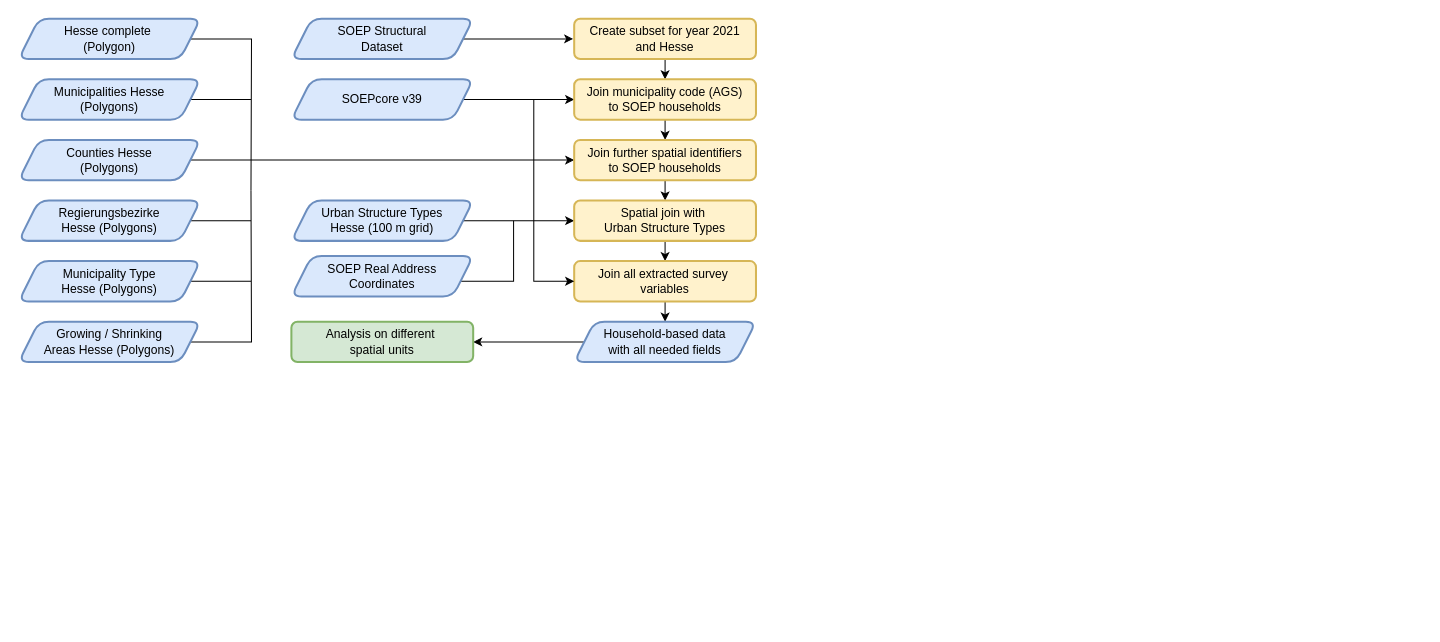
The draw.io diagram sora/ilus_soep_flowchart_001.drawio in traveller195/draw_io, before the edit. Source tidied: cells renumbered, new cells numbered last; positions are measured from the earlier drawing's top-left corner, leaving out a move shared by most shapes. Both pictures are drawn from the tidied source at 101%, with x=0, y=0 at pixel (18, 18).
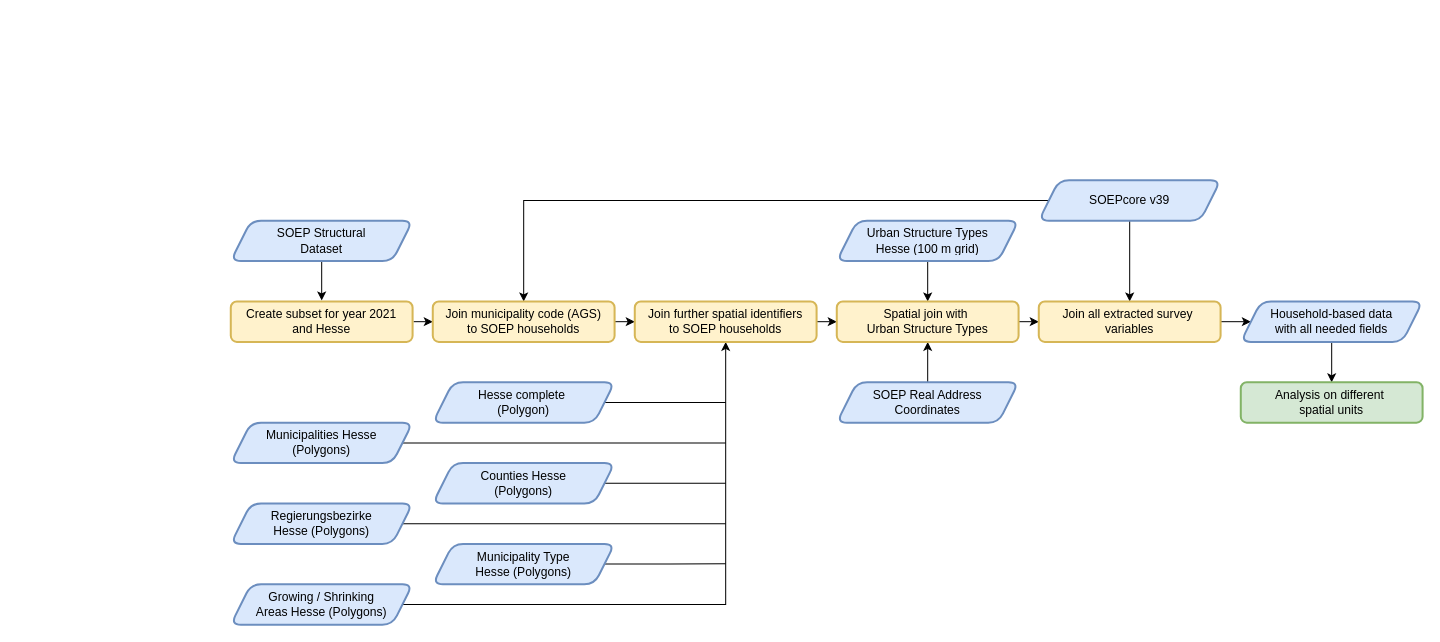
After the change.

The edit, as a diff of the source:
```diff
@@
-    <mxCell id="2" style="edgeStyle=orthogonalEdgeStyle;rounded=0;jettySize=auto;html=1;exitX=1;exitY=0.5;exitDx=0;exitDy=0;entryX=0;entryY=0.5;entryDx=0;entryDy=0;" parent="1" edge="1" source="3" target="23">
+    <mxCell id="2" style="edgeStyle=orthogonalEdgeStyle;rounded=0;jettySize=auto;html=1;exitX=0.5;exitY=1;exitDx=0;exitDy=0;entryX=0.5;entryY=0;entryDx=0;entryDy=0;" parent="1" edge="1" source="3" target="23">
       <mxGeometry relative="1" as="geometry" />
     </mxCell>
     <mxCell id="3" value="SOEP Structural&lt;br&gt;Dataset" style="shape=parallelogram;perimeter=parallelogramPerimeter;whiteSpace=wrap;html=1;fixedSize=1;rounded=1;strokeWidth=2;fillColor=#dae8fc;strokeColor=#6c8ebf;" parent="1" vertex="1">
-      <mxGeometry x="270" width="180" height="40" as="geometry" />
+      <mxGeometry x="210" y="200" width="180" height="40" as="geometry" />
     </mxCell>
+    <mxCell id="36" style="edgeStyle=orthogonalEdgeStyle;rounded=0;jettySize=auto;html=1;exitX=0.5;exitY=1;exitDx=0;exitDy=0;entryX=0.5;entryY=0;entryDx=0;entryDy=0;" parent="1" edge="1" source="5" target="31">
+      <mxGeometry relative="1" as="geometry" />
+    </mxCell>
-    <mxCell id="4" style="edgeStyle=orthogonalEdgeStyle;rounded=0;jettySize=auto;html=1;exitX=1;exitY=0.5;exitDx=0;exitDy=0;entryX=0;entryY=0.5;entryDx=0;entryDy=0;" parent="1" edge="1" source="5" target="25">
-      <mxGeometry relative="1" as="geometry" />
+    <mxCell id="4" style="edgeStyle=orthogonalEdgeStyle;rounded=0;jettySize=auto;html=1;entryX=0.5;entryY=0;entryDx=0;entryDy=0;" parent="1" edge="1" source="5" target="25">
+      <mxGeometry relative="1" as="geometry">
+        <Array as="points">
+          <mxPoint x="500" y="180" />
+        </Array>
+      </mxGeometry>
     </mxCell>
     <mxCell id="5" value="SOEPcore v39" style="shape=parallelogram;perimeter=parallelogramPerimeter;whiteSpace=wrap;html=1;fixedSize=1;rounded=1;strokeWidth=2;fillColor=#dae8fc;strokeColor=#6c8ebf;" parent="1" vertex="1">
-      <mxGeometry x="270" y="60" width="180" height="40" as="geometry" />
+      <mxGeometry x="1010" y="160" width="180" height="40" as="geometry" />
     </mxCell>
-    <mxCell id="6" style="edgeStyle=orthogonalEdgeStyle;rounded=0;jettySize=auto;html=1;endArrow=none;endFill=0;" parent="1" edge="1" source="7">
-      <mxGeometry relative="1" as="geometry">
-        <mxPoint x="490" y="200" as="targetPoint" />
-        <Array as="points">
-          <mxPoint x="490" y="260" />
-        </Array>
-      </mxGeometry>
-    </mxCell>
+    <mxCell id="37" style="edgeStyle=orthogonalEdgeStyle;rounded=0;jettySize=auto;html=1;exitX=0.5;exitY=0;exitDx=0;exitDy=0;entryX=0.5;entryY=1;entryDx=0;entryDy=0;" parent="1" edge="1" source="7" target="29">
+      <mxGeometry relative="1" as="geometry" />
+    </mxCell>
     <mxCell id="7" value="SOEP Real Address&lt;br&gt;Coordinates" style="shape=parallelogram;perimeter=parallelogramPerimeter;whiteSpace=wrap;html=1;fixedSize=1;rounded=1;strokeWidth=2;fillColor=#dae8fc;strokeColor=#6c8ebf;" parent="1" vertex="1">
-      <mxGeometry x="270" y="235" width="180" height="40" as="geometry" />
+      <mxGeometry x="810" y="360" width="180" height="40" as="geometry" />
     </mxCell>
-    <mxCell id="8" style="edgeStyle=orthogonalEdgeStyle;rounded=0;jettySize=auto;html=1;exitX=1;exitY=0.5;exitDx=0;exitDy=0;endArrow=none;endFill=0;" parent="1" edge="1" source="9">
-      <mxGeometry relative="1" as="geometry">
-        <mxPoint x="230" y="170" as="targetPoint" />
-      </mxGeometry>
-    </mxCell>
+    <mxCell id="38" style="edgeStyle=orthogonalEdgeStyle;rounded=0;jettySize=auto;html=1;exitX=1;exitY=0.5;exitDx=0;exitDy=0;endArrow=none;endFill=0;" parent="1" edge="1" source="9">
+      <mxGeometry relative="1" as="geometry">
+        <mxPoint x="700" y="380" as="targetPoint" />
+      </mxGeometry>
+    </mxCell>
     <mxCell id="9" value="Hesse complete&amp;nbsp;&lt;br&gt;(Polygon)" style="shape=parallelogram;perimeter=parallelogramPerimeter;whiteSpace=wrap;html=1;fixedSize=1;rounded=1;strokeWidth=2;fillColor=#dae8fc;strokeColor=#6c8ebf;" parent="1" vertex="1">
-      <mxGeometry width="180" height="40" as="geometry" />
+      <mxGeometry x="410" y="360" width="180" height="40" as="geometry" />
     </mxCell>
-    <mxCell id="10" style="edgeStyle=orthogonalEdgeStyle;rounded=0;jettySize=auto;html=1;exitX=1;exitY=0.5;exitDx=0;exitDy=0;endArrow=none;endFill=0;" parent="1" edge="1" source="11">
-      <mxGeometry relative="1" as="geometry">
-        <mxPoint x="230" y="80" as="targetPoint" />
-      </mxGeometry>
-    </mxCell>
+    <mxCell id="39" style="edgeStyle=orthogonalEdgeStyle;rounded=0;jettySize=auto;html=1;exitX=1;exitY=0.5;exitDx=0;exitDy=0;endArrow=none;endFill=0;" parent="1" edge="1" source="11">
+      <mxGeometry relative="1" as="geometry">
+        <mxPoint x="700" y="420" as="targetPoint" />
+      </mxGeometry>
+    </mxCell>
     <mxCell id="11" value="Municipalities Hesse&lt;br&gt;(Polygons)" style="shape=parallelogram;perimeter=parallelogramPerimeter;whiteSpace=wrap;html=1;fixedSize=1;rounded=1;strokeWidth=2;fillColor=#dae8fc;strokeColor=#6c8ebf;" parent="1" vertex="1">
-      <mxGeometry y="60" width="180" height="40" as="geometry" />
+      <mxGeometry x="210" y="400" width="180" height="40" as="geometry" />
     </mxCell>
-    <mxCell id="12" style="edgeStyle=orthogonalEdgeStyle;rounded=0;jettySize=auto;html=1;exitX=1;exitY=0.5;exitDx=0;exitDy=0;endArrow=classic;endFill=1;entryX=0;entryY=0.5;entryDx=0;entryDy=0;" parent="1" edge="1" source="13" target="27">
-      <mxGeometry relative="1" as="geometry" />
-    </mxCell>
+    <mxCell id="40" style="edgeStyle=orthogonalEdgeStyle;rounded=0;jettySize=auto;html=1;exitX=1;exitY=0.5;exitDx=0;exitDy=0;endArrow=none;endFill=0;" parent="1" edge="1" source="13">
+      <mxGeometry relative="1" as="geometry">
+        <mxPoint x="700" y="460" as="targetPoint" />
+      </mxGeometry>
+    </mxCell>
     <mxCell id="13" value="Counties Hesse&lt;br&gt;(Polygons)" style="shape=parallelogram;perimeter=parallelogramPerimeter;whiteSpace=wrap;html=1;fixedSize=1;rounded=1;strokeWidth=2;fillColor=#dae8fc;strokeColor=#6c8ebf;" parent="1" vertex="1">
-      <mxGeometry y="120" width="180" height="40" as="geometry" />
+      <mxGeometry x="410" y="440" width="180" height="40" as="geometry" />
     </mxCell>
-    <mxCell id="14" style="edgeStyle=orthogonalEdgeStyle;rounded=0;jettySize=auto;html=1;exitX=1;exitY=0.5;exitDx=0;exitDy=0;endArrow=none;endFill=0;" parent="1" edge="1" source="15">
-      <mxGeometry relative="1" as="geometry">
-        <mxPoint x="230" y="200" as="targetPoint" />
-      </mxGeometry>
-    </mxCell>
+    <mxCell id="41" style="edgeStyle=orthogonalEdgeStyle;rounded=0;jettySize=auto;html=1;exitX=1;exitY=0.5;exitDx=0;exitDy=0;endArrow=none;endFill=0;" parent="1" edge="1" source="15">
+      <mxGeometry relative="1" as="geometry">
+        <mxPoint x="700" y="500" as="targetPoint" />
+      </mxGeometry>
+    </mxCell>
     <mxCell id="15" value="Regierungsbezirke&lt;br&gt;Hesse (Polygons)" style="shape=parallelogram;perimeter=parallelogramPerimeter;whiteSpace=wrap;html=1;fixedSize=1;rounded=1;strokeWidth=2;fillColor=#dae8fc;strokeColor=#6c8ebf;" parent="1" vertex="1">
-      <mxGeometry y="180" width="180" height="40" as="geometry" />
+      <mxGeometry x="210" y="480" width="180" height="40" as="geometry" />
     </mxCell>
-    <mxCell id="16" style="edgeStyle=orthogonalEdgeStyle;rounded=0;jettySize=auto;html=1;exitX=1;exitY=0.5;exitDx=0;exitDy=0;endArrow=none;endFill=0;" parent="1" edge="1" source="17">
-      <mxGeometry relative="1" as="geometry">
-        <mxPoint x="230" y="260" as="targetPoint" />
-      </mxGeometry>
-    </mxCell>
+    <mxCell id="42" style="edgeStyle=orthogonalEdgeStyle;rounded=0;jettySize=auto;html=1;exitX=1;exitY=0.5;exitDx=0;exitDy=0;endArrow=none;endFill=0;" parent="1" edge="1" source="17">
+      <mxGeometry relative="1" as="geometry">
+        <mxPoint x="700" y="539.7" as="targetPoint" />
+      </mxGeometry>
+    </mxCell>
     <mxCell id="17" value="Municipality Type&lt;br&gt;Hesse (Polygons)" style="shape=parallelogram;perimeter=parallelogramPerimeter;whiteSpace=wrap;html=1;fixedSize=1;rounded=1;strokeWidth=2;fillColor=#dae8fc;strokeColor=#6c8ebf;" parent="1" vertex="1">
-      <mxGeometry y="240" width="180" height="40" as="geometry" />
+      <mxGeometry x="410" y="520" width="180" height="40" as="geometry" />
     </mxCell>
-    <mxCell id="18" style="edgeStyle=orthogonalEdgeStyle;rounded=0;jettySize=auto;html=1;exitX=1;exitY=0.5;exitDx=0;exitDy=0;endArrow=none;endFill=0;" parent="1" edge="1" source="19">
-      <mxGeometry relative="1" as="geometry">
-        <mxPoint x="230" y="170" as="targetPoint" />
-      </mxGeometry>
-    </mxCell>
+    <mxCell id="43" style="edgeStyle=orthogonalEdgeStyle;rounded=0;jettySize=auto;html=1;exitX=1;exitY=0.5;exitDx=0;exitDy=0;entryX=0.5;entryY=1;entryDx=0;entryDy=0;" parent="1" edge="1" source="19" target="27">
+      <mxGeometry relative="1" as="geometry" />
+    </mxCell>
     <mxCell id="19" value="Growing / Shrinking&lt;br&gt;Areas Hesse (Polygons)" style="shape=parallelogram;perimeter=parallelogramPerimeter;whiteSpace=wrap;html=1;fixedSize=1;rounded=1;strokeWidth=2;fillColor=#dae8fc;strokeColor=#6c8ebf;" parent="1" vertex="1">
-      <mxGeometry y="300" width="180" height="40" as="geometry" />
+      <mxGeometry x="210" y="560" width="180" height="40" as="geometry" />
     </mxCell>
-    <mxCell id="20" style="edgeStyle=orthogonalEdgeStyle;rounded=0;jettySize=auto;html=1;exitX=1;exitY=0.5;exitDx=0;exitDy=0;entryX=0;entryY=0.5;entryDx=0;entryDy=0;" parent="1" edge="1" source="21" target="29">
+    <mxCell id="20" style="edgeStyle=orthogonalEdgeStyle;rounded=0;jettySize=auto;html=1;exitX=0.5;exitY=1;exitDx=0;exitDy=0;entryX=0.5;entryY=0;entryDx=0;entryDy=0;" parent="1" edge="1" source="21" target="29">
       <mxGeometry relative="1" as="geometry" />
     </mxCell>
     <mxCell id="21" value="Urban Structure Types&lt;br&gt;Hesse (100 m grid)" style="shape=parallelogram;perimeter=parallelogramPerimeter;whiteSpace=wrap;html=1;fixedSize=1;rounded=1;strokeWidth=2;fillColor=#dae8fc;strokeColor=#6c8ebf;" parent="1" vertex="1">
-      <mxGeometry x="270" y="180" width="180" height="40" as="geometry" />
+      <mxGeometry x="810" y="200" width="180" height="40" as="geometry" />
     </mxCell>
-    <mxCell id="22" style="edgeStyle=orthogonalEdgeStyle;rounded=0;jettySize=auto;html=1;exitX=0.5;exitY=1;exitDx=0;exitDy=0;entryX=0.5;entryY=0;entryDx=0;entryDy=0;" parent="1" edge="1" source="23" target="25">
+    <mxCell id="22" style="edgeStyle=orthogonalEdgeStyle;rounded=0;jettySize=auto;html=1;exitX=1;exitY=0.5;exitDx=0;exitDy=0;entryX=0;entryY=0.5;entryDx=0;entryDy=0;" parent="1" edge="1" source="23" target="25">
       <mxGeometry relative="1" as="geometry" />
     </mxCell>
     <mxCell id="23" value="Create subset for year 2021&lt;br&gt;and Hesse" style="rounded=1;whiteSpace=wrap;html=1;perimeterSpacing=1;strokeWidth=2;fillColor=#fff2cc;strokeColor=#d6b656;" parent="1" vertex="1">
-      <mxGeometry x="550" width="180" height="40" as="geometry" />
+      <mxGeometry x="210" y="280" width="180" height="40" as="geometry" />
     </mxCell>
-    <mxCell id="24" style="edgeStyle=orthogonalEdgeStyle;rounded=0;jettySize=auto;html=1;exitX=0.5;exitY=1;exitDx=0;exitDy=0;entryX=0.5;entryY=0;entryDx=0;entryDy=0;" parent="1" edge="1" source="25" target="27">
+    <mxCell id="24" style="edgeStyle=orthogonalEdgeStyle;rounded=0;jettySize=auto;html=1;exitX=1;exitY=0.5;exitDx=0;exitDy=0;entryX=0;entryY=0.5;entryDx=0;entryDy=0;" parent="1" edge="1" source="25" target="27">
       <mxGeometry relative="1" as="geometry" />
     </mxCell>
     <mxCell id="25" value="Join municipality code (AGS)&lt;br&gt;to SOEP households" style="rounded=1;whiteSpace=wrap;html=1;strokeWidth=2;fillColor=#fff2cc;strokeColor=#d6b656;" parent="1" vertex="1">
-      <mxGeometry x="550" y="60" width="180" height="40" as="geometry" />
+      <mxGeometry x="410" y="280" width="180" height="40" as="geometry" />
     </mxCell>
-    <mxCell id="26" style="edgeStyle=orthogonalEdgeStyle;rounded=0;jettySize=auto;html=1;exitX=0.5;exitY=1;exitDx=0;exitDy=0;entryX=0.5;entryY=0;entryDx=0;entryDy=0;" parent="1" edge="1" source="27" target="29">
+    <mxCell id="26" style="edgeStyle=orthogonalEdgeStyle;rounded=0;jettySize=auto;html=1;exitX=1;exitY=0.5;exitDx=0;exitDy=0;entryX=0;entryY=0.5;entryDx=0;entryDy=0;" parent="1" edge="1" source="27" target="29">
       <mxGeometry relative="1" as="geometry" />
     </mxCell>
     <mxCell id="27" value="Join further spatial identifiers&lt;br&gt;to SOEP households" style="rounded=1;whiteSpace=wrap;html=1;strokeWidth=2;fillColor=#fff2cc;strokeColor=#d6b656;" parent="1" vertex="1">
-      <mxGeometry x="550" y="120" width="180" height="40" as="geometry" />
+      <mxGeometry x="610" y="280" width="180" height="40" as="geometry" />
     </mxCell>
-    <mxCell id="28" style="edgeStyle=orthogonalEdgeStyle;rounded=0;jettySize=auto;html=1;exitX=0.5;exitY=1;exitDx=0;exitDy=0;entryX=0.5;entryY=0;entryDx=0;entryDy=0;" parent="1" edge="1" source="29" target="31">
+    <mxCell id="28" style="edgeStyle=orthogonalEdgeStyle;rounded=0;jettySize=auto;html=1;exitX=1;exitY=0.5;exitDx=0;exitDy=0;entryX=0;entryY=0.5;entryDx=0;entryDy=0;" parent="1" edge="1" source="29" target="31">
       <mxGeometry relative="1" as="geometry" />
     </mxCell>
     <mxCell id="29" value="Spatial join with&amp;nbsp;&lt;br&gt;Urban Structure Types" style="rounded=1;whiteSpace=wrap;html=1;strokeWidth=2;fillColor=#fff2cc;strokeColor=#d6b656;" parent="1" vertex="1">
-      <mxGeometry x="550" y="180" width="180" height="40" as="geometry" />
+      <mxGeometry x="810" y="280" width="180" height="40" as="geometry" />
     </mxCell>
-    <mxCell id="30" style="edgeStyle=orthogonalEdgeStyle;rounded=0;jettySize=auto;html=1;exitX=0.5;exitY=1;exitDx=0;exitDy=0;entryX=0.5;entryY=0;entryDx=0;entryDy=0;" parent="1" edge="1" source="31" target="33">
+    <mxCell id="30" style="edgeStyle=orthogonalEdgeStyle;rounded=0;jettySize=auto;html=1;exitX=1;exitY=0.5;exitDx=0;exitDy=0;entryX=0;entryY=0.5;entryDx=0;entryDy=0;" parent="1" edge="1" source="31" target="33">
       <mxGeometry relative="1" as="geometry" />
     </mxCell>
     <mxCell id="31" value="Join all extracted survey&amp;nbsp;&lt;br&gt;variables" style="rounded=1;whiteSpace=wrap;html=1;strokeWidth=2;fillColor=#fff2cc;strokeColor=#d6b656;" parent="1" vertex="1">
-      <mxGeometry x="550" y="240" width="180" height="40" as="geometry" />
+      <mxGeometry x="1010" y="280" width="180" height="40" as="geometry" />
     </mxCell>
-    <mxCell id="32" style="edgeStyle=orthogonalEdgeStyle;rounded=0;jettySize=auto;html=1;exitX=0;exitY=0.5;exitDx=0;exitDy=0;entryX=1;entryY=0.5;entryDx=0;entryDy=0;" parent="1" edge="1" source="33" target="34">
+    <mxCell id="32" style="edgeStyle=orthogonalEdgeStyle;rounded=0;jettySize=auto;html=1;exitX=0.5;exitY=1;exitDx=0;exitDy=0;entryX=0.5;entryY=0;entryDx=0;entryDy=0;" parent="1" edge="1" source="33" target="34">
       <mxGeometry relative="1" as="geometry" />
     </mxCell>
     <mxCell id="33" value="Household-based data&lt;br&gt;with all needed fields" style="shape=parallelogram;perimeter=parallelogramPerimeter;whiteSpace=wrap;html=1;fixedSize=1;rounded=1;strokeWidth=2;fillColor=#dae8fc;strokeColor=#6c8ebf;" parent="1" vertex="1">
-      <mxGeometry x="550" y="300" width="180" height="40" as="geometry" />
+      <mxGeometry x="1210" y="280" width="180" height="40" as="geometry" />
     </mxCell>
     <mxCell id="34" value="Analysis on different&amp;nbsp;&lt;br&gt;spatial units" style="rounded=1;whiteSpace=wrap;html=1;strokeWidth=2;fillColor=#d5e8d4;strokeColor=#82b366;" parent="1" vertex="1">
-      <mxGeometry x="270" y="300" width="180" height="40" as="geometry" />
+      <mxGeometry x="1210" y="360" width="180" height="40" as="geometry" />
     </mxCell>
-    <mxCell id="35" style="endArrow=classic;html=1;rounded=0;entryX=0;entryY=0.5;entryDx=0;entryDy=0;" parent="1" edge="1" target="31">
-      <mxGeometry relative="1" as="geometry">
-        <mxPoint x="510" y="80" as="sourcePoint" />
-        <Array as="points">
-          <mxPoint x="510" y="260" />
-        </Array>
-      </mxGeometry>
-    </mxCell>
```
